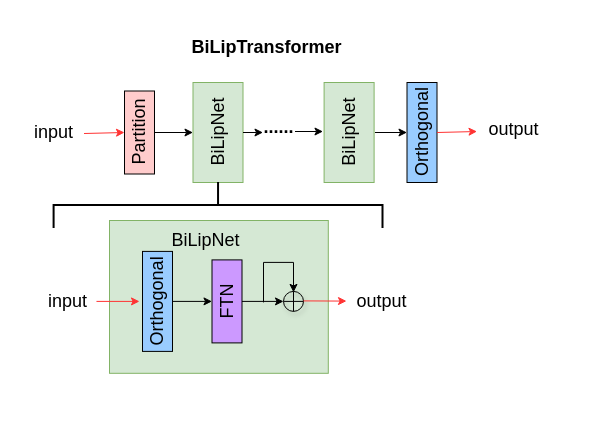
This is images/BiLipTransformer.drawio from jingtao8a/draw.io, a draw.io file, before an edit. Source tidied: cells renumbered, new cells numbered last; positions are measured from the earlier drawing's top-left corner, leaving out a move shared by most shapes. Both pictures are drawn from the tidied source at 100%, with x=0, y=0 at pixel (17, 17).
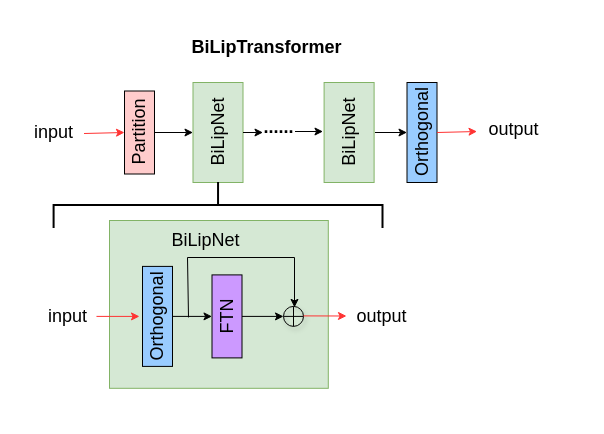
Above is the later version.

Change to the diagram source:
```diff
@@
     <mxCell id="7" style="rounded=0;whiteSpace=wrap;html=1;fillColor=#d5e8d4;rotation=-90;strokeColor=#82b366;" parent="1" vertex="1">
-      <mxGeometry x="125" y="170" width="152.8" height="218.8" as="geometry" />
+      <mxGeometry x="117.5" y="177.5" width="167.8" height="218.8" as="geometry" />
     </mxCell>
     <mxCell id="8" value="&lt;font style=&quot;font-size: 18px;&quot;&gt;Orthogonal&lt;/font&gt;" style="rounded=0;whiteSpace=wrap;html=1;fillColor=#99CCFF;rotation=-90;" parent="1" vertex="1">
-      <mxGeometry x="90" y="268.9" width="100" height="30" as="geometry" />
+      <mxGeometry x="90" y="283.9" width="100" height="30" as="geometry" />
     </mxCell>
     <mxCell id="9" value="&lt;font style=&quot;font-size: 18px;&quot;&gt;FTN&lt;/font&gt;" style="rounded=0;whiteSpace=wrap;html=1;fillColor=#CC99FF;rotation=-90;" parent="1" vertex="1">
-      <mxGeometry x="168" y="268.9" width="83" height="30" as="geometry" />
+      <mxGeometry x="168" y="283.9" width="83" height="30" as="geometry" />
     </mxCell>
-    <mxCell id="10" style="endArrow=classic;html=1;rounded=0;exitX=0.5;exitY=1;exitDx=0;exitDy=0;entryX=0.5;entryY=0;entryDx=0;entryDy=0;" parent="1" edge="1" source="8" target="9">
-      <mxGeometry relative="1" as="geometry" />
+    <mxCell id="10" style="endArrow=classic;html=1;rounded=0;exitX=0.5;exitY=1;exitDx=0;exitDy=0;entryX=0.5;entryY=0;entryDx=0;entryDy=0;" parent="1" edge="1" target="9">
+      <mxGeometry relative="1" as="geometry">
+        <mxPoint x="155" y="298.9" as="sourcePoint" />
+      </mxGeometry>
     </mxCell>
@@
     <mxCell id="12" style="ellipse;whiteSpace=wrap;html=1;shadow=1;fillColor=none;" parent="1" vertex="1">
-      <mxGeometry x="266" y="273.9" width="20" height="20" as="geometry" />
+      <mxGeometry x="266" y="288.9" width="20" height="20" as="geometry" />
     </mxCell>
@@
     <mxCell id="15" style="endArrow=classic;html=1;rounded=0;" parent="1" edge="1">
       <mxGeometry relative="1" as="geometry">
-        <mxPoint x="246" y="284.9" as="sourcePoint" />
-        <mxPoint x="276" y="274.9" as="targetPoint" />
+        <mxPoint x="171" y="299.9" as="sourcePoint" />
+        <mxPoint x="277" y="289.9" as="targetPoint" />
         <Array as="points">
-          <mxPoint x="246" y="244.9" />
-          <mxPoint x="276" y="244.9" />
+          <mxPoint x="170" y="240" />
+          <mxPoint x="277" y="240" />
         </Array>
       </mxGeometry>
     </mxCell>
@@
     <mxCell id="17" style="endArrow=classic;html=1;rounded=0;fillColor=#FF3333;strokeColor=#FF3333;entryX=0.5;entryY=0;entryDx=0;entryDy=0;exitX=0.983;exitY=0.5;exitDx=0;exitDy=0;exitPerimeter=0;" parent="1" edge="1" source="18">
       <mxGeometry relative="1" as="geometry">
-        <mxPoint x="122" y="283.9" as="targetPoint" />
+        <mxPoint x="122" y="298.9" as="targetPoint" />
       </mxGeometry>
     </mxCell>
     <mxCell id="18" value="&lt;font style=&quot;font-size: 18px;&quot;&gt;input&lt;/font&gt;" style="text;html=1;align=center;verticalAlign=middle;points=[];strokeColor=none;fillColor=none;" parent="1" vertex="1">
-      <mxGeometry x="20" y="263.9" width="60" height="40" as="geometry" />
+      <mxGeometry x="20" y="278.9" width="60" height="40" as="geometry" />
     </mxCell>
     <mxCell id="19" style="endArrow=classic;html=1;rounded=0;fillColor=#FF3333;strokeColor=#FF3333;entryX=0.5;entryY=0;entryDx=0;entryDy=0;exitX=0.983;exitY=0.5;exitDx=0;exitDy=0;exitPerimeter=0;" parent="1" edge="1">
       <mxGeometry relative="1" as="geometry">
-        <mxPoint x="286" y="283.4" as="sourcePoint" />
-        <mxPoint x="329" y="283.6" as="targetPoint" />
+        <mxPoint x="286" y="298.4" as="sourcePoint" />
+        <mxPoint x="329" y="298.5" as="targetPoint" />
       </mxGeometry>
     </mxCell>
     <mxCell id="20" value="&lt;font style=&quot;font-size: 18px;&quot;&gt;output&lt;/font&gt;" style="text;html=1;align=center;verticalAlign=middle;strokeColor=none;fillColor=none;" parent="1" vertex="1">
-      <mxGeometry x="329" y="263.9" width="70" height="40" as="geometry" />
+      <mxGeometry x="329" y="278.9" width="70" height="40" as="geometry" />
     </mxCell>
```
